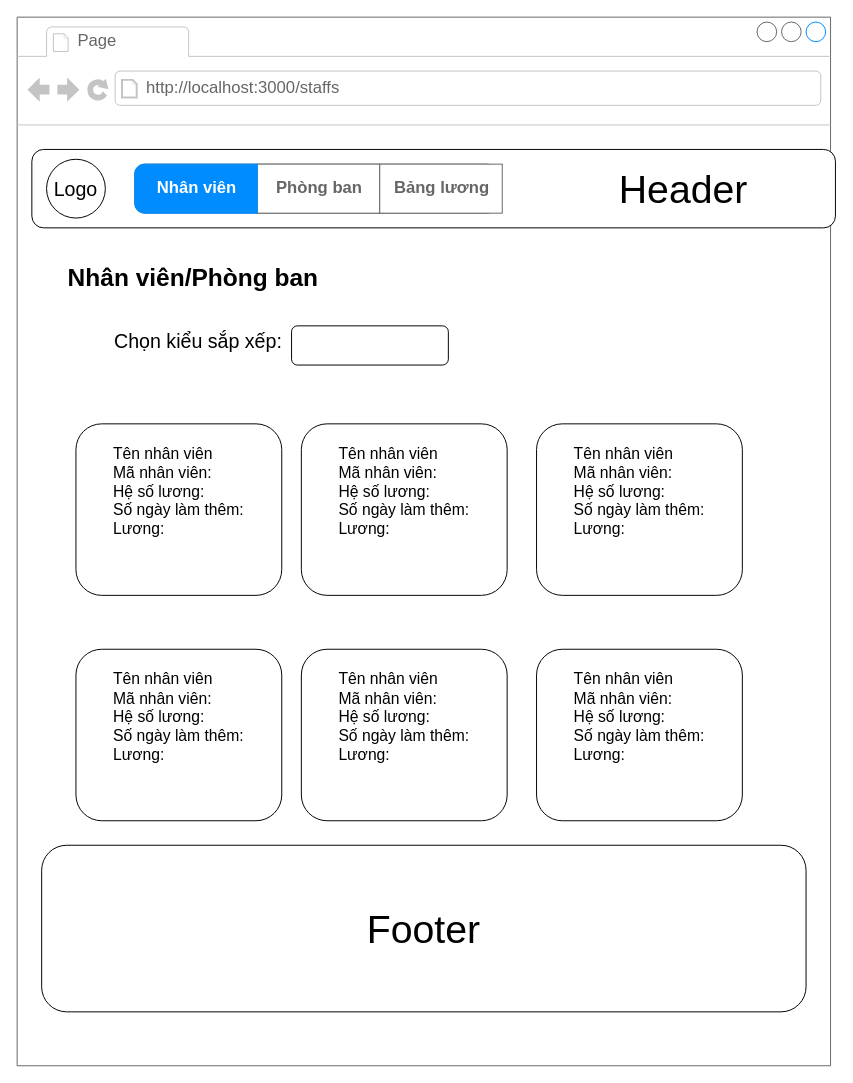
This is draw/money.drawio from Doanhbn2001/FUNIXREACTJSASM, a draw.io file, before an edit. Source tidied: cells renumbered, new cells numbered last; positions are measured from the earlier drawing's top-left corner, leaving out a move shared by most shapes. Both pictures are drawn from the tidied source at 98%, with x=0, y=0 at pixel (17, 17).
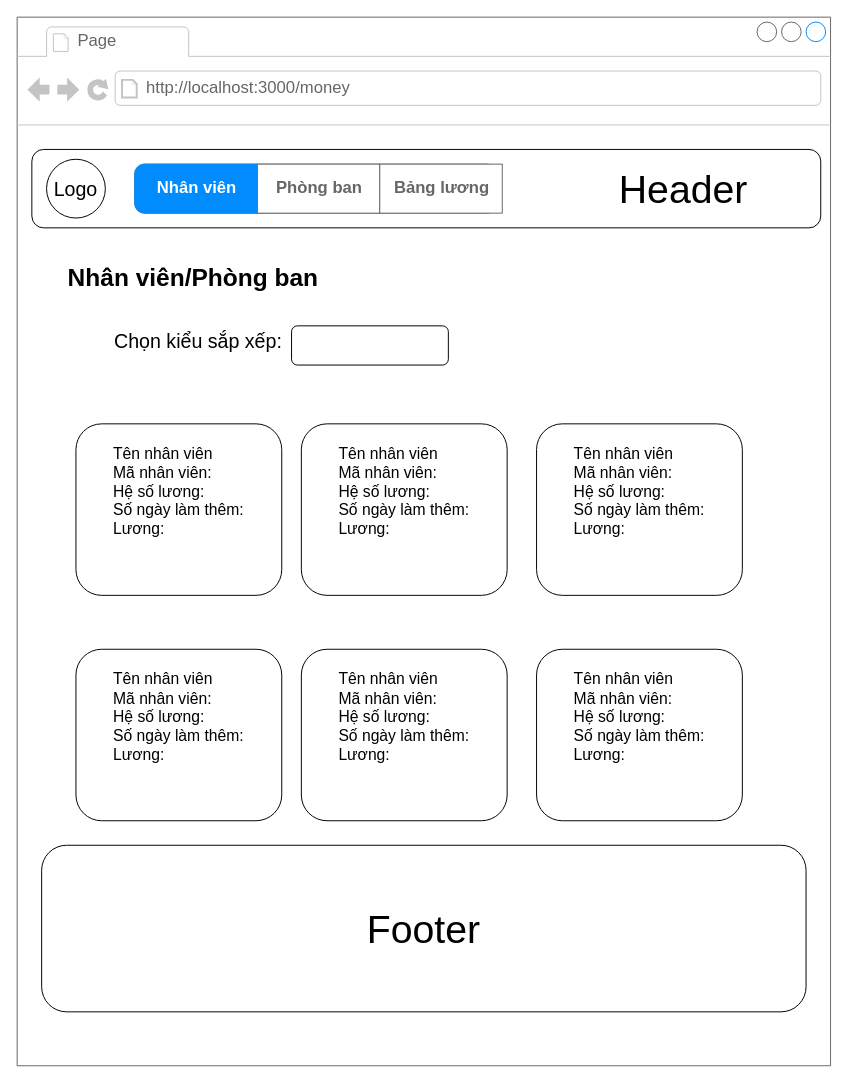
After the change.

The change refers to these unchanged cells:
```xml
<mxCell id="2" style="strokeWidth=1;shadow=0;dashed=0;align=center;html=1;shape=mxgraph.mockup.containers.browserWindow;rSize=0;strokeColor=#666666;strokeColor2=#008cff;strokeColor3=#c4c4c4;mainText=,;" parent="1" vertex="1">
  <mxGeometry width="830" height="1070" as="geometry" />
</mxCell>
```

What changed in the source:
```diff
@@
-    <mxCell id="4" value="http://localhost:3000/staffs" style="strokeWidth=1;shadow=0;dashed=0;align=center;html=1;shape=mxgraph.mockup.containers.anchor;rSize=0;fontSize=17;fontColor=#666666;align=left;" parent="2" vertex="1">
+    <mxCell id="4" value="http://localhost:3000/money" style="strokeWidth=1;shadow=0;dashed=0;align=center;html=1;shape=mxgraph.mockup.containers.anchor;rSize=0;fontSize=17;fontColor=#666666;align=left;" parent="2" vertex="1">
       <mxGeometry x="130" y="60" width="250" height="26" as="geometry" />
     </mxCell>
@@
     <mxCell id="14" style="rounded=1;whiteSpace=wrap;html=1;" parent="1" vertex="1">
-      <mxGeometry x="15" y="135" width="820" height="80" as="geometry" />
+      <mxGeometry x="15" y="135" width="805" height="80" as="geometry" />
     </mxCell>
```
